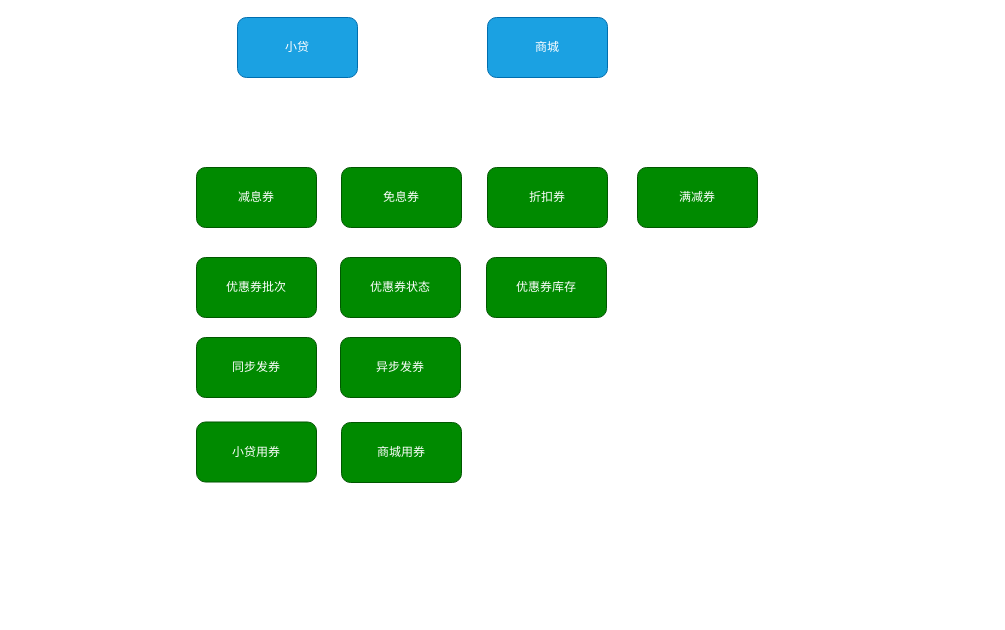
Above: marketing/系统架构.drawio in gjie1991/draw (draw.io), before the change. Source tidied: cells renumbered, new cells numbered last; positions are measured from the earlier drawing's top-left corner, leaving out a move shared by most shapes. Both pictures are drawn from the tidied source at 100%, with x=0, y=0 at pixel (196, 17).
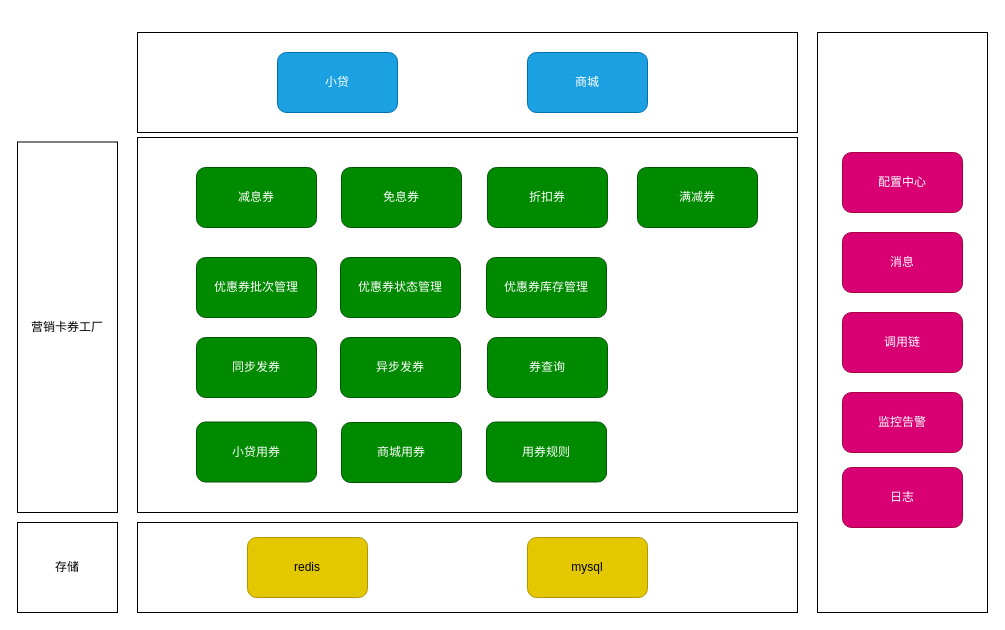
The same diagram, later.

Commit message (it also covers changes not shown here):
更新系统架构.drawio

What changed in the source:
```diff
@@
+    <mxCell id="15" style="rounded=0;whiteSpace=wrap;html=1;" parent="1" vertex="1">
+      <mxGeometry x="-59" y="505" width="660" height="90" as="geometry" />
+    </mxCell>
+    <mxCell id="16" style="rounded=0;whiteSpace=wrap;html=1;" parent="1" vertex="1">
+      <mxGeometry x="621" y="15" width="170" height="580" as="geometry" />
+    </mxCell>
+    <mxCell id="17" style="rounded=0;whiteSpace=wrap;html=1;" parent="1" vertex="1">
+      <mxGeometry x="-59" y="15" width="660" height="100" as="geometry" />
+    </mxCell>
+    <mxCell id="18" style="rounded=0;whiteSpace=wrap;html=1;" parent="1" vertex="1">
+      <mxGeometry x="-59" y="120" width="660" height="375" as="geometry" />
+    </mxCell>
     <mxCell id="2" value="小贷" style="rounded=1;whiteSpace=wrap;html=1;fillColor=#1ba1e2;fontColor=#ffffff;strokeColor=#006EAF;" parent="1" vertex="1">
-      <mxGeometry x="41" width="120" height="60" as="geometry" />
+      <mxGeometry x="81" y="35" width="120" height="60" as="geometry" />
     </mxCell>
     <mxCell id="3" value="商城" style="rounded=1;whiteSpace=wrap;html=1;fillColor=#1ba1e2;fontColor=#ffffff;strokeColor=#006EAF;" parent="1" vertex="1">
-      <mxGeometry x="291" width="120" height="60" as="geometry" />
+      <mxGeometry x="331" y="35" width="120" height="60" as="geometry" />
     </mxCell>
-    <mxCell id="4" value="优惠券批次" style="rounded=1;whiteSpace=wrap;html=1;fillColor=#008a00;fontColor=#ffffff;strokeColor=#005700;" parent="1" vertex="1">
+    <mxCell id="4" value="优惠券批次管理" style="rounded=1;whiteSpace=wrap;html=1;fillColor=#008a00;fontColor=#ffffff;strokeColor=#005700;" parent="1" vertex="1">
       <mxGeometry y="240" width="120" height="60" as="geometry" />
     </mxCell>
-    <mxCell id="5" value="优惠券状态" style="rounded=1;whiteSpace=wrap;html=1;fillColor=#008a00;fontColor=#ffffff;strokeColor=#005700;" parent="1" vertex="1">
+    <mxCell id="5" value="优惠券状态管理" style="rounded=1;whiteSpace=wrap;html=1;fillColor=#008a00;fontColor=#ffffff;strokeColor=#005700;" parent="1" vertex="1">
       <mxGeometry x="144" y="240" width="120" height="60" as="geometry" />
     </mxCell>
-    <mxCell id="6" value="优惠券库存" style="rounded=1;whiteSpace=wrap;html=1;fillColor=#008a00;fontColor=#ffffff;strokeColor=#005700;" parent="1" vertex="1">
+    <mxCell id="6" value="优惠券库存管理" style="rounded=1;whiteSpace=wrap;html=1;fillColor=#008a00;fontColor=#ffffff;strokeColor=#005700;" parent="1" vertex="1">
       <mxGeometry x="290" y="240" width="120" height="60" as="geometry" />
     </mxCell>
@@
+    <mxCell id="19" value="配置中心" style="rounded=1;whiteSpace=wrap;html=1;fillColor=#d80073;fontColor=#ffffff;strokeColor=#A50040;" parent="1" vertex="1">
+      <mxGeometry x="646" y="135" width="120" height="60" as="geometry" />
+    </mxCell>
+    <mxCell id="20" value="消息" style="rounded=1;whiteSpace=wrap;html=1;fillColor=#d80073;fontColor=#ffffff;strokeColor=#A50040;" parent="1" vertex="1">
+      <mxGeometry x="646" y="215" width="120" height="60" as="geometry" />
+    </mxCell>
+    <mxCell id="21" value="调用链" style="rounded=1;whiteSpace=wrap;html=1;fillColor=#d80073;fontColor=#ffffff;strokeColor=#A50040;" parent="1" vertex="1">
+      <mxGeometry x="646" y="295" width="120" height="60" as="geometry" />
+    </mxCell>
+    <mxCell id="22" value="监控告警" style="rounded=1;whiteSpace=wrap;html=1;fillColor=#d80073;fontColor=#ffffff;strokeColor=#A50040;" parent="1" vertex="1">
+      <mxGeometry x="646" y="375" width="120" height="60" as="geometry" />
+    </mxCell>
+    <mxCell id="23" value="日志" style="rounded=1;whiteSpace=wrap;html=1;fillColor=#d80073;fontColor=#ffffff;strokeColor=#A50040;" parent="1" vertex="1">
+      <mxGeometry x="646" y="450" width="120" height="60" as="geometry" />
+    </mxCell>
+    <mxCell id="24" value="redis" style="rounded=1;whiteSpace=wrap;html=1;fillColor=#e3c800;fontColor=#000000;strokeColor=#B09500;" parent="1" vertex="1">
+      <mxGeometry x="51" y="520" width="120" height="60" as="geometry" />
+    </mxCell>
+    <mxCell id="25" value="mysql" style="rounded=1;whiteSpace=wrap;html=1;fillColor=#e3c800;fontColor=#000000;strokeColor=#B09500;" parent="1" vertex="1">
+      <mxGeometry x="331" y="520" width="120" height="60" as="geometry" />
+    </mxCell>
+    <mxCell id="26" value="营销卡券工厂" style="rounded=0;whiteSpace=wrap;html=1;" parent="1" vertex="1">
+      <mxGeometry x="-179" y="124.5" width="100" height="370.5" as="geometry" />
+    </mxCell>
+    <mxCell id="27" value="存储" style="rounded=0;whiteSpace=wrap;html=1;" parent="1" vertex="1">
+      <mxGeometry x="-179" y="505" width="100" height="90" as="geometry" />
+    </mxCell>
+    <mxCell id="28" value="券查询" style="rounded=1;whiteSpace=wrap;html=1;fillColor=#008a00;fontColor=#ffffff;strokeColor=#005700;" parent="1" vertex="1">
+      <mxGeometry x="291" y="320" width="120" height="60" as="geometry" />
+    </mxCell>
+    <mxCell id="29" value="用券规则" style="rounded=1;whiteSpace=wrap;html=1;fillColor=#008a00;fontColor=#ffffff;strokeColor=#005700;" parent="1" vertex="1">
+      <mxGeometry x="290" y="404.5" width="120" height="60" as="geometry" />
+    </mxCell>
```
